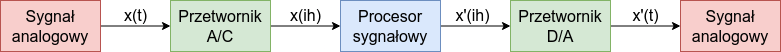
Before: docs/polsl/thesis/graf/intro/processing.png, a diagram exported from draw.io (kopiecki/anc). Source tidied: cells renumbered, new cells last; positions are measured from the earlier drawing's top-left corner, leaving out a move shared by most shapes.
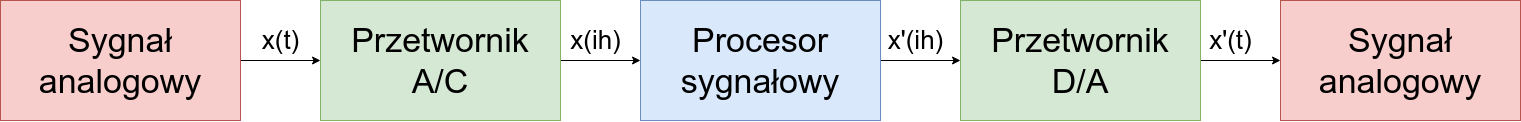
Above is the later version.

The edit, as a diff of the source:
```diff
@@ -2,44 +2,44 @@
   <root>
     <mxCell id="0" />
     <mxCell id="1" parent="0" />
-    <mxCell id="2" style="edgeStyle=orthogonalEdgeStyle;rounded=0;jettySize=auto;html=1;entryX=0;entryY=0.5;entryDx=0;entryDy=0;" parent="1" edge="1" source="3" target="5">
-      <mxGeometry relative="1" as="geometry" />
-    </mxCell>
-    <mxCell id="3" value="&lt;font style=&quot;font-size: 16px;&quot;&gt;Sygnał&lt;br&gt;analogowy&lt;/font&gt;" style="rounded=0;whiteSpace=wrap;html=1;fillColor=#f8cecc;strokeColor=#b85450;fontStyle=0;" parent="1" vertex="1">
-      <mxGeometry width="100" height="51" as="geometry" />
-    </mxCell>
+    <mxCell id="15" style="edgeStyle=orthogonalEdgeStyle;rounded=0;jettySize=auto;html=1;entryX=0;entryY=0.5;entryDx=0;entryDy=0;" parent="1" edge="1" source="16" target="5">
+      <mxGeometry relative="1" as="geometry" />
+    </mxCell>
+    <mxCell id="16" value="&lt;font style=&quot;font-size: 34px;&quot;&gt;Sygnał&lt;br&gt;analogowy&lt;/font&gt;" style="rounded=0;whiteSpace=wrap;html=1;fillColor=#f8cecc;strokeColor=#b85450;fontStyle=0;" parent="1" vertex="1">
+      <mxGeometry x="-300" y="-180" width="240" height="120" as="geometry" />
+    </mxCell>
     <mxCell id="4" style="edgeStyle=orthogonalEdgeStyle;rounded=0;jettySize=auto;html=1;" parent="1" edge="1" source="5" target="7">
       <mxGeometry relative="1" as="geometry" />
     </mxCell>
-    <mxCell id="5" value="&lt;font style=&quot;font-size: 16px;&quot;&gt;Przetwornik&lt;br&gt;A/C&lt;/font&gt;" style="rounded=0;whiteSpace=wrap;html=1;fillColor=#d5e8d4;strokeColor=#82b366;fontStyle=0;" parent="1" vertex="1">
-      <mxGeometry x="170" width="100" height="51" as="geometry" />
+    <mxCell id="5" value="&lt;font style=&quot;font-size: 34px;&quot;&gt;Przetwornik&lt;br&gt;A/C&lt;/font&gt;" style="rounded=0;whiteSpace=wrap;html=1;fillColor=#d5e8d4;strokeColor=#82b366;fontStyle=0;" parent="1" vertex="1">
+      <mxGeometry x="20" y="-180" width="240" height="120" as="geometry" />
     </mxCell>
     <mxCell id="6" style="edgeStyle=orthogonalEdgeStyle;rounded=0;jettySize=auto;html=1;" parent="1" edge="1" source="7" target="9">
       <mxGeometry relative="1" as="geometry" />
     </mxCell>
-    <mxCell id="7" value="&lt;font style=&quot;font-size: 16px;&quot;&gt;Procesor&lt;br&gt;sygnałowy&lt;/font&gt;" style="rounded=0;whiteSpace=wrap;html=1;fillColor=#dae8fc;strokeColor=#6c8ebf;fontStyle=0;" parent="1" vertex="1">
-      <mxGeometry x="340" width="100" height="51" as="geometry" />
+    <mxCell id="7" value="&lt;font style=&quot;font-size: 34px;&quot;&gt;Procesor&lt;br&gt;sygnałowy&lt;/font&gt;" style="rounded=0;whiteSpace=wrap;html=1;fillColor=#dae8fc;strokeColor=#6c8ebf;fontStyle=0;" parent="1" vertex="1">
+      <mxGeometry x="340" y="-180" width="240" height="120" as="geometry" />
     </mxCell>
-    <mxCell id="8" style="edgeStyle=orthogonalEdgeStyle;rounded=0;jettySize=auto;html=1;" parent="1" edge="1" source="9" target="10">
-      <mxGeometry relative="1" as="geometry" />
-    </mxCell>
+    <mxCell id="17" style="edgeStyle=orthogonalEdgeStyle;rounded=0;jettySize=auto;html=1;" parent="1" edge="1" source="9" target="18">
+      <mxGeometry relative="1" as="geometry" />
+    </mxCell>
-    <mxCell id="9" value="&lt;font style=&quot;font-size: 16px;&quot;&gt;Przetwornik&lt;br&gt;D/A&lt;br&gt;&lt;/font&gt;" style="rounded=0;whiteSpace=wrap;html=1;fillColor=#d5e8d4;strokeColor=#82b366;fontStyle=0;" parent="1" vertex="1">
-      <mxGeometry x="510" width="100" height="51" as="geometry" />
+    <mxCell id="9" value="&lt;font style=&quot;font-size: 34px;&quot;&gt;Przetwornik&lt;br&gt;D/A&lt;br&gt;&lt;/font&gt;" style="rounded=0;whiteSpace=wrap;html=1;fillColor=#d5e8d4;strokeColor=#82b366;fontStyle=0;" parent="1" vertex="1">
+      <mxGeometry x="660" y="-180" width="240" height="120" as="geometry" />
     </mxCell>
-    <mxCell id="10" value="&lt;font style=&quot;font-size: 16px;&quot;&gt;Sygnał&lt;br&gt;analogowy&lt;br&gt;&lt;/font&gt;" style="rounded=0;whiteSpace=wrap;html=1;fillColor=#f8cecc;strokeColor=#b85450;fontStyle=0;" parent="1" vertex="1">
-      <mxGeometry x="680" width="100" height="51" as="geometry" />
-    </mxCell>
+    <mxCell id="18" value="&lt;font style=&quot;font-size: 34px;&quot;&gt;Sygnał&lt;br&gt;analogowy&lt;br&gt;&lt;/font&gt;" style="rounded=0;whiteSpace=wrap;html=1;fillColor=#f8cecc;strokeColor=#b85450;fontStyle=0;" parent="1" vertex="1">
+      <mxGeometry x="980" y="-180" width="240" height="120" as="geometry" />
+    </mxCell>
-    <mxCell id="11" value="&lt;font style=&quot;font-size: 16px;&quot;&gt;x(t)&lt;/font&gt;" style="text;html=1;align=center;verticalAlign=middle;strokeColor=none;fillColor=none;" parent="1" vertex="1">
-      <mxGeometry x="110" width="50" height="30" as="geometry" />
+    <mxCell id="11" value="&lt;font style=&quot;font-size: 26px;&quot;&gt;x(t)&lt;/font&gt;" style="text;html=1;align=center;verticalAlign=middle;strokeColor=none;fillColor=none;" parent="1" vertex="1">
+      <mxGeometry x="-50" y="-160" width="60" height="40" as="geometry" />
     </mxCell>
-    <mxCell id="12" value="&lt;font style=&quot;font-size: 16px;&quot;&gt;x(ih)&lt;/font&gt;" style="text;html=1;align=center;verticalAlign=middle;strokeColor=none;fillColor=none;" parent="1" vertex="1">
-      <mxGeometry x="280" width="50" height="30" as="geometry" />
+    <mxCell id="12" value="&lt;font style=&quot;font-size: 26px;&quot;&gt;x(ih)&lt;/font&gt;" style="text;html=1;align=center;verticalAlign=middle;strokeColor=none;fillColor=none;" parent="1" vertex="1">
+      <mxGeometry x="260" y="-160" width="70" height="40" as="geometry" />
     </mxCell>
-    <mxCell id="13" value="&lt;font style=&quot;font-size: 16px;&quot;&gt;x'(ih)&lt;/font&gt;" style="text;html=1;align=center;verticalAlign=middle;strokeColor=none;fillColor=none;" parent="1" vertex="1">
-      <mxGeometry x="442" width="60" height="30" as="geometry" />
+    <mxCell id="13" value="&lt;font style=&quot;font-size: 26px;&quot;&gt;x'(ih)&lt;/font&gt;" style="text;html=1;align=center;verticalAlign=middle;strokeColor=none;fillColor=none;" parent="1" vertex="1">
+      <mxGeometry x="575" y="-160" width="80" height="40" as="geometry" />
     </mxCell>
-    <mxCell id="14" value="&lt;font style=&quot;font-size: 16px;&quot;&gt;x'(t)&lt;/font&gt;" style="text;html=1;align=center;verticalAlign=middle;strokeColor=none;fillColor=none;" parent="1" vertex="1">
-      <mxGeometry x="620" width="50" height="30" as="geometry" />
+    <mxCell id="14" value="&lt;font style=&quot;font-size: 26px;&quot;&gt;x'(t)&lt;/font&gt;" style="text;html=1;align=center;verticalAlign=middle;strokeColor=none;fillColor=none;" parent="1" vertex="1">
+      <mxGeometry x="895" y="-160" width="70" height="40" as="geometry" />
     </mxCell>
   </root>
 </mxGraphModel>
```
